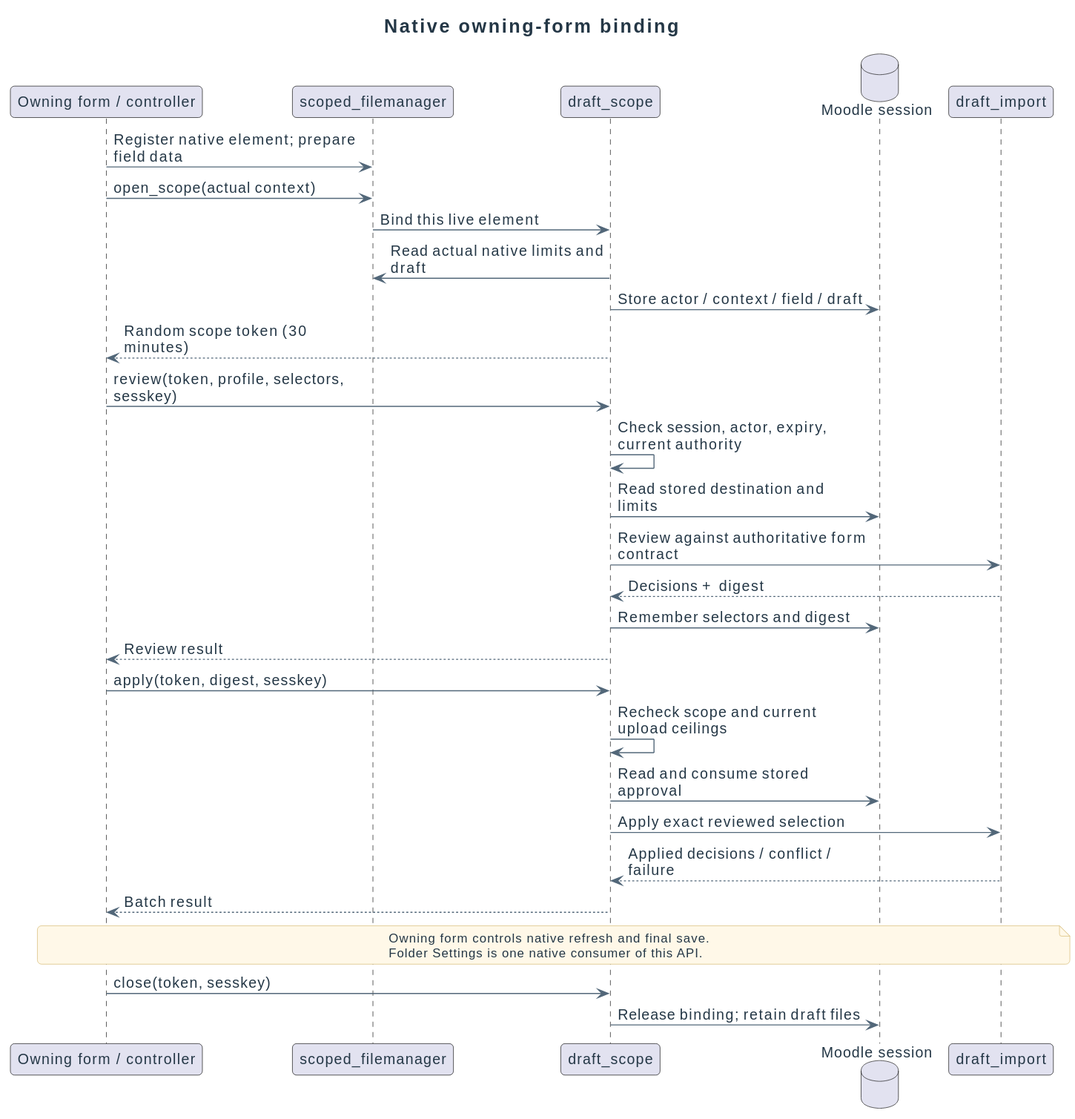
This is docs/diagrams/design/sequences/form-scope.svg from didactika/moodle-local_coursefiles, a PlantUML export, as it was before one commit.
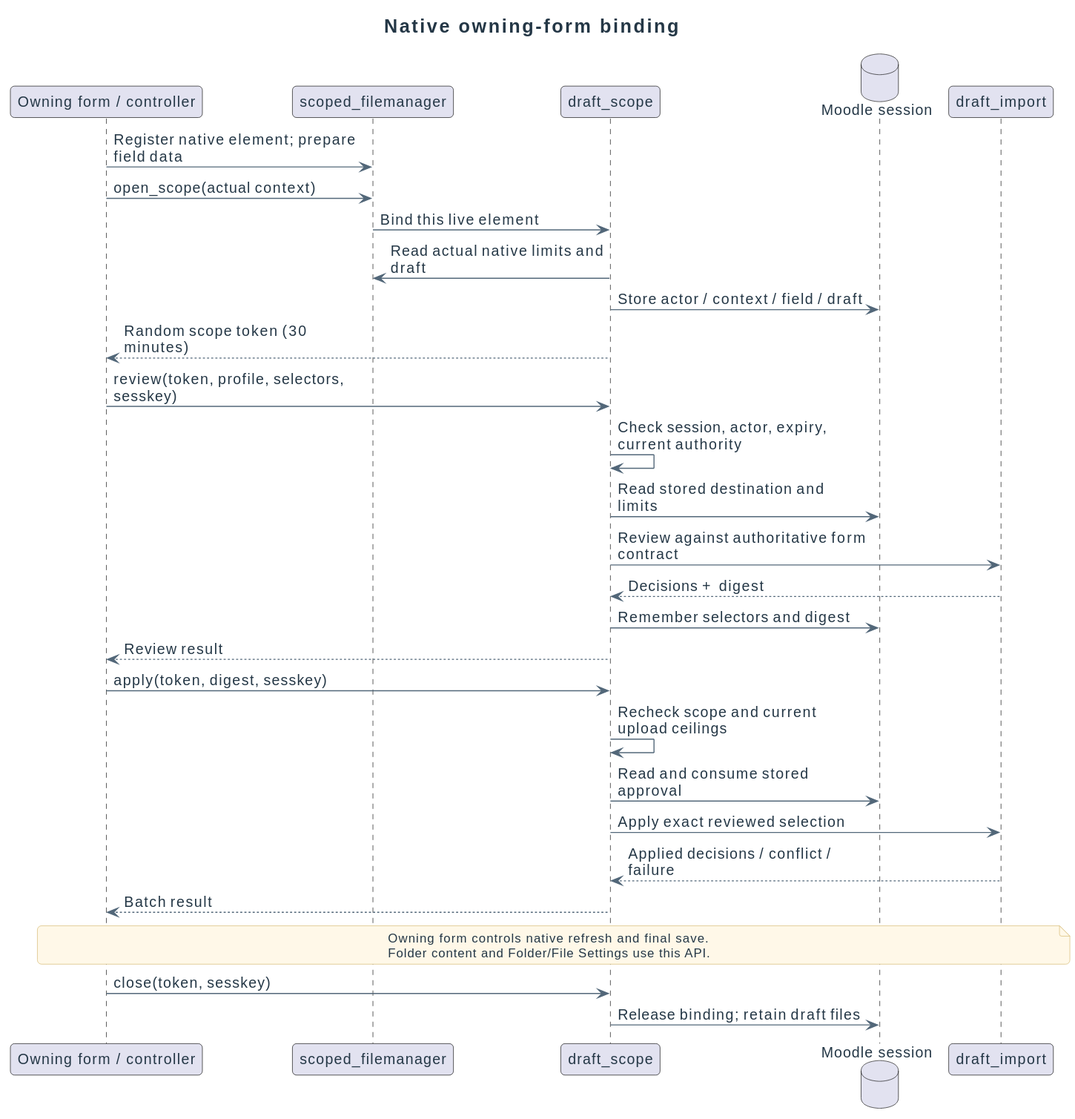
The same diagram one commit later.

The edit, as a diff of the source:
```diff
@@ -31,7 +31,7 @@
 Scope --> Form : Batch result
 note over Form, Batch
 Owning form controls native refresh and final save.
-Folder Settings is one native consumer of this API.
+Folder content and Folder/File Settings use this API.
 end note
 
 Form -> Scope : close(token, sesskey)
```
